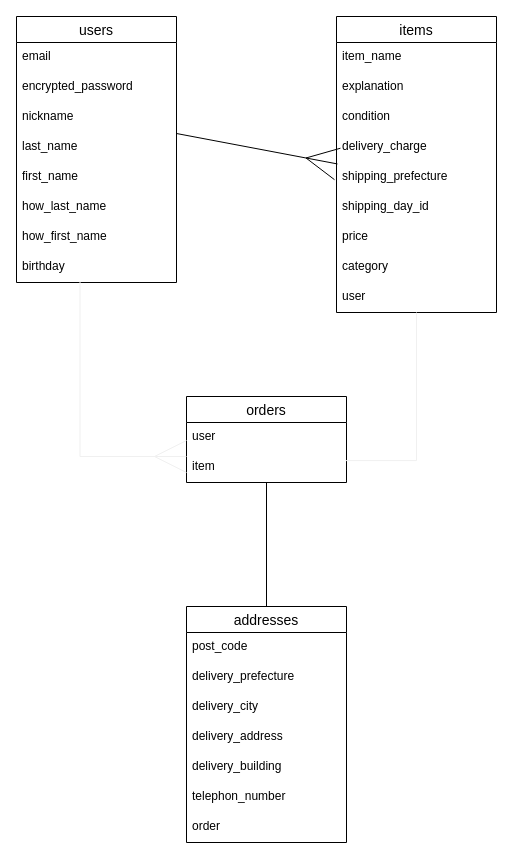
Earlier version of the draw.io diagram ER.dio (coronnoniwa/furima-38795). Source tidied: cells renumbered, new cells numbered last; positions are measured from the earlier drawing's top-left corner, leaving out a move shared by most shapes. Both pictures are drawn from the tidied source at 100%, with x=0, y=0 at pixel (16, 16).
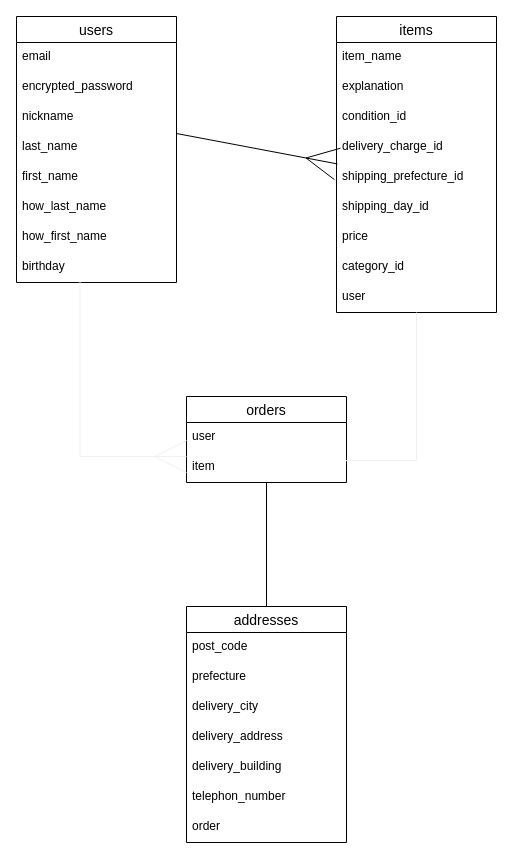
After the change.

Commit message:
データベース設計修正５

The change refers to these unchanged cells:
```xml
<mxCell id="12" value="items" style="swimlane;fontStyle=0;horizontal=1;startSize=26;align=center;fontSize=14;" parent="1" vertex="1">
  <mxGeometry x="320" width="160" height="296" as="geometry" />
</mxCell>
<mxCell id="25" value="addresses" style="swimlane;fontStyle=0;horizontal=1;startSize=26;align=center;fontSize=14;" parent="1" vertex="1">
  <mxGeometry x="170" y="590" width="160" height="236" as="geometry" />
</mxCell>
```

Change to the diagram source:
```diff
@@
-    <mxCell id="15" value="condition" style="text;strokeColor=none;fillColor=none;spacingLeft=4;spacingRight=4;overflow=hidden;fontSize=12;" parent="12" vertex="1">
+    <mxCell id="15" value="condition_id" style="text;strokeColor=none;fillColor=none;spacingLeft=4;spacingRight=4;overflow=hidden;fontSize=12;" parent="12" vertex="1">
       <mxGeometry y="86" width="160" height="30" as="geometry" />
     </mxCell>
-    <mxCell id="16" value="delivery_charge" style="text;strokeColor=none;fillColor=none;spacingLeft=4;spacingRight=4;overflow=hidden;fontSize=12;" parent="12" vertex="1">
+    <mxCell id="16" value="delivery_charge_id" style="text;strokeColor=none;fillColor=none;spacingLeft=4;spacingRight=4;overflow=hidden;fontSize=12;" parent="12" vertex="1">
       <mxGeometry y="116" width="160" height="30" as="geometry" />
     </mxCell>
-    <mxCell id="17" value="shipping_prefecture" style="text;strokeColor=none;fillColor=none;spacingLeft=4;spacingRight=4;overflow=hidden;points=[[0,0.5],[1,0.5]];portConstraint=eastwest;fontSize=12;" parent="12" vertex="1">
+    <mxCell id="17" value="shipping_prefecture_id" style="text;strokeColor=none;fillColor=none;spacingLeft=4;spacingRight=4;overflow=hidden;points=[[0,0.5],[1,0.5]];portConstraint=eastwest;fontSize=12;" parent="12" vertex="1">
       <mxGeometry y="146" width="160" height="30" as="geometry" />
     </mxCell>
@@
-    <mxCell id="20" value="category" style="text;strokeColor=none;fillColor=none;spacingLeft=4;spacingRight=4;overflow=hidden;fontSize=12;" parent="12" vertex="1">
+    <mxCell id="20" value="category_id" style="text;strokeColor=none;fillColor=none;spacingLeft=4;spacingRight=4;overflow=hidden;fontSize=12;" parent="12" vertex="1">
       <mxGeometry y="236" width="160" height="30" as="geometry" />
     </mxCell>
@@
-    <mxCell id="27" value="delivery_prefecture" style="text;strokeColor=none;fillColor=none;spacingLeft=4;spacingRight=4;overflow=hidden;fontSize=12;" parent="25" vertex="1">
+    <mxCell id="27" value="prefecture" style="text;strokeColor=none;fillColor=none;spacingLeft=4;spacingRight=4;overflow=hidden;fontSize=12;" parent="25" vertex="1">
       <mxGeometry y="56" width="160" height="30" as="geometry" />
     </mxCell>
```
